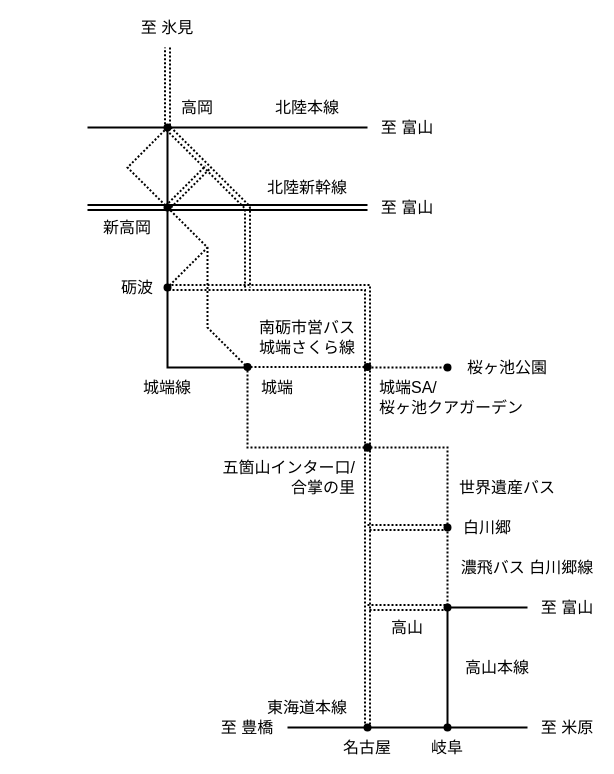
nnm-t/techniques-to-escape-from-dead-end-lines keeps this draw.io diagram as page "名古屋-城端" (2 of 6) of routes.drawio. Above is the earlier version. Source tidied: cells renumbered, new cells numbered last; positions are measured from the earlier drawing's top-left corner, leaving out a move shared by most shapes. Both pictures are drawn from the tidied source at 100%, with x=0, y=0 at pixel (87, 17).
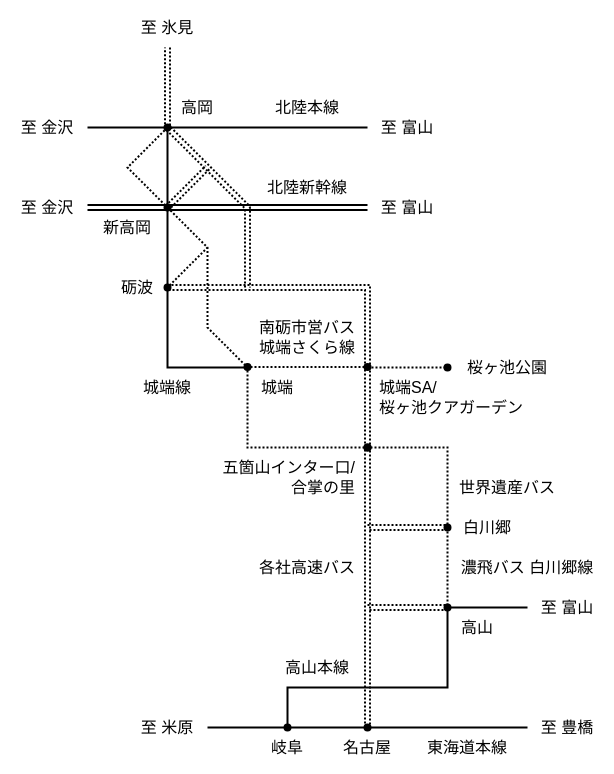
The same page after the edit.

Diff of the diagram source:
```diff
@@
-    <mxCell id="23" style="endArrow=oval;html=1;shadow=0;fontSize=16;strokeWidth=2;startArrow=oval;startFill=1;endFill=1;" parent="1" edge="1">
+    <mxCell id="23" style="endArrow=oval;html=1;shadow=0;fontSize=16;strokeWidth=2;startArrow=oval;startFill=1;endFill=1;rounded=0;" parent="1" edge="1">
       <mxGeometry relative="1" as="geometry">
-        <mxPoint x="360" y="710" as="sourcePoint" />
+        <mxPoint x="200" y="710" as="sourcePoint" />
         <mxPoint x="360" y="590" as="targetPoint" />
+        <Array as="points">
+          <mxPoint x="200" y="670" />
+          <mxPoint x="360" y="670" />
+        </Array>
       </mxGeometry>
     </mxCell>
     <mxCell id="24" value="岐阜" style="text;html=1;strokeColor=none;fillColor=none;align=center;verticalAlign=middle;whiteSpace=wrap;rounded=0;fontSize=16;" parent="1" vertex="1">
-      <mxGeometry x="330" y="720" width="60" height="20" as="geometry" />
+      <mxGeometry x="180" y="720" width="40" height="20" as="geometry" />
     </mxCell>
     <mxCell id="25" value="高山" style="text;html=1;strokeColor=none;fillColor=none;align=center;verticalAlign=middle;whiteSpace=wrap;rounded=0;fontSize=16;" parent="1" vertex="1">
-      <mxGeometry x="290" y="600" width="60" height="20" as="geometry" />
+      <mxGeometry x="370" y="600" width="40" height="20" as="geometry" />
     </mxCell>
@@
     <mxCell id="27" style="endArrow=none;html=1;shadow=0;fontSize=16;strokeWidth=2;startArrow=none;startFill=0;" parent="1" edge="1">
       <mxGeometry relative="1" as="geometry">
-        <mxPoint x="200" y="710" as="sourcePoint" />
+        <mxPoint x="120" y="710" as="sourcePoint" />
         <mxPoint x="280" y="710" as="targetPoint" />
+        <Array as="points">
+          <mxPoint x="240" y="710" />
+        </Array>
       </mxGeometry>
     </mxCell>
@@
     <mxCell id="31" value="高山本線" style="text;html=1;strokeColor=none;fillColor=none;align=center;verticalAlign=middle;whiteSpace=wrap;rounded=0;fontSize=16;" parent="1" vertex="1">
-      <mxGeometry x="370" y="640" width="80" height="20" as="geometry" />
+      <mxGeometry x="190" y="640" width="80" height="20" as="geometry" />
     </mxCell>
     <mxCell id="32" value="東海道本線" style="text;html=1;strokeColor=none;fillColor=none;align=center;verticalAlign=middle;whiteSpace=wrap;rounded=0;fontSize=16;" parent="1" vertex="1">
-      <mxGeometry x="170" y="680" width="100" height="20" as="geometry" />
+      <mxGeometry x="330" y="720" width="100" height="20" as="geometry" />
     </mxCell>
@@
     <mxCell id="43" value="至 米原" style="text;html=1;strokeColor=none;fillColor=none;align=center;verticalAlign=middle;whiteSpace=wrap;rounded=0;fontSize=16;" parent="1" vertex="1">
-      <mxGeometry x="450" y="700" width="60" height="20" as="geometry" />
+      <mxGeometry x="50" y="700" width="60" height="20" as="geometry" />
     </mxCell>
     <mxCell id="44" value="至 豊橋" style="text;html=1;strokeColor=none;fillColor=none;align=center;verticalAlign=middle;whiteSpace=wrap;rounded=0;fontSize=16;" parent="1" vertex="1">
-      <mxGeometry x="130" y="700" width="60" height="20" as="geometry" />
+      <mxGeometry x="450" y="700" width="60" height="20" as="geometry" />
     </mxCell>
@@
+    <mxCell id="46" value="至 金沢" style="text;html=1;strokeColor=none;fillColor=none;align=center;verticalAlign=middle;whiteSpace=wrap;rounded=0;fontSize=16;" parent="1" vertex="1">
+      <mxGeometry x="-70" y="100" width="60" height="20" as="geometry" />
+    </mxCell>
+    <mxCell id="47" value="至 金沢" style="text;html=1;strokeColor=none;fillColor=none;align=center;verticalAlign=middle;whiteSpace=wrap;rounded=0;fontSize=16;" parent="1" vertex="1">
+      <mxGeometry x="-70" y="180" width="60" height="20" as="geometry" />
+    </mxCell>
+    <mxCell id="48" value="各社高速バス" style="text;html=1;strokeColor=none;fillColor=none;align=center;verticalAlign=middle;whiteSpace=wrap;rounded=0;fontSize=16;" parent="1" vertex="1">
+      <mxGeometry x="170" y="540" width="100" height="20" as="geometry" />
+    </mxCell>
```
